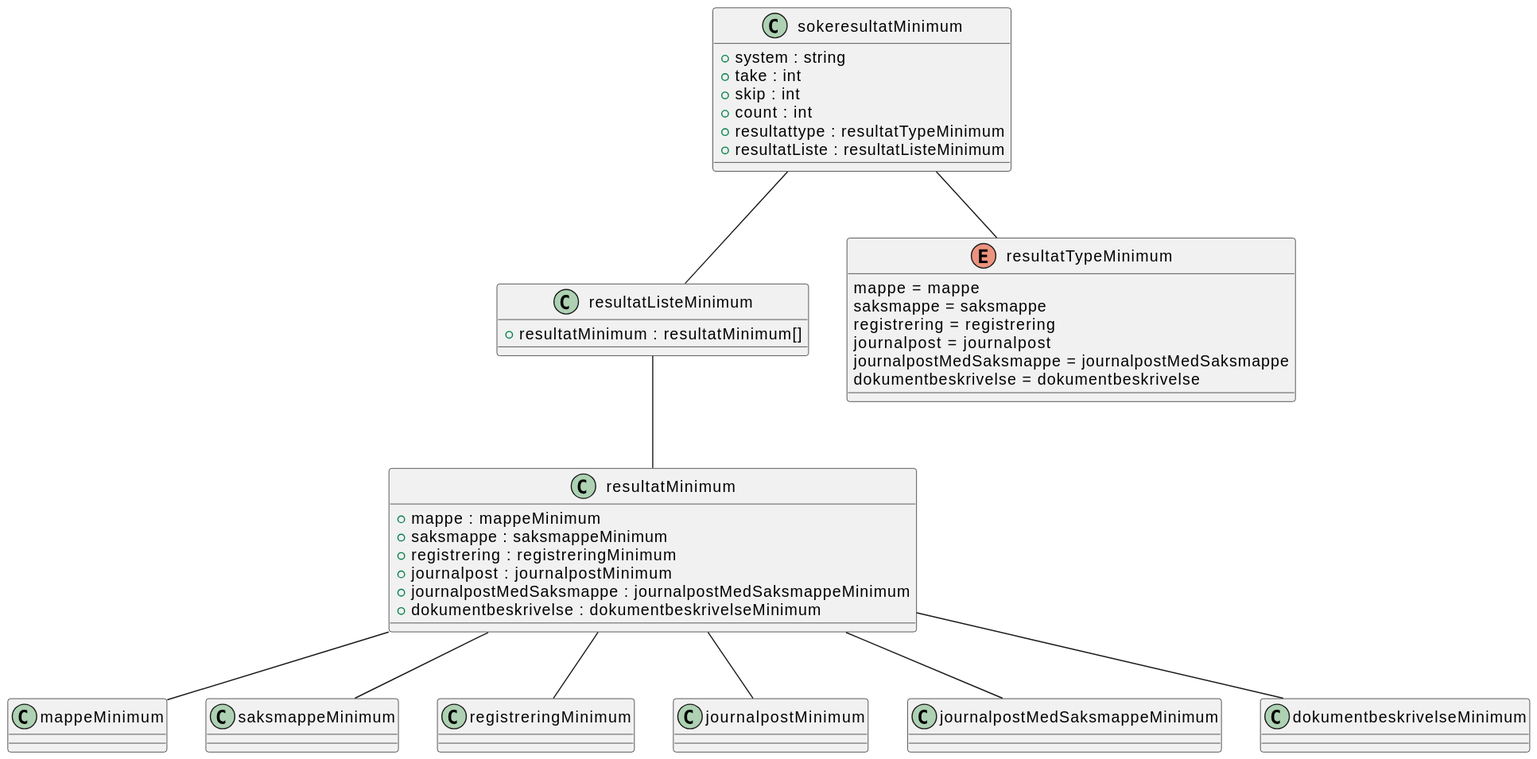
This is Dokumentasjon/V1/SchemaModels/no/ks/fiks/arkiv/v1/innsyn/sok/resultat/minimum-relations.svg from ks-no/fiks-arkiv-specification, a PlantUML export, as it was before one commit.
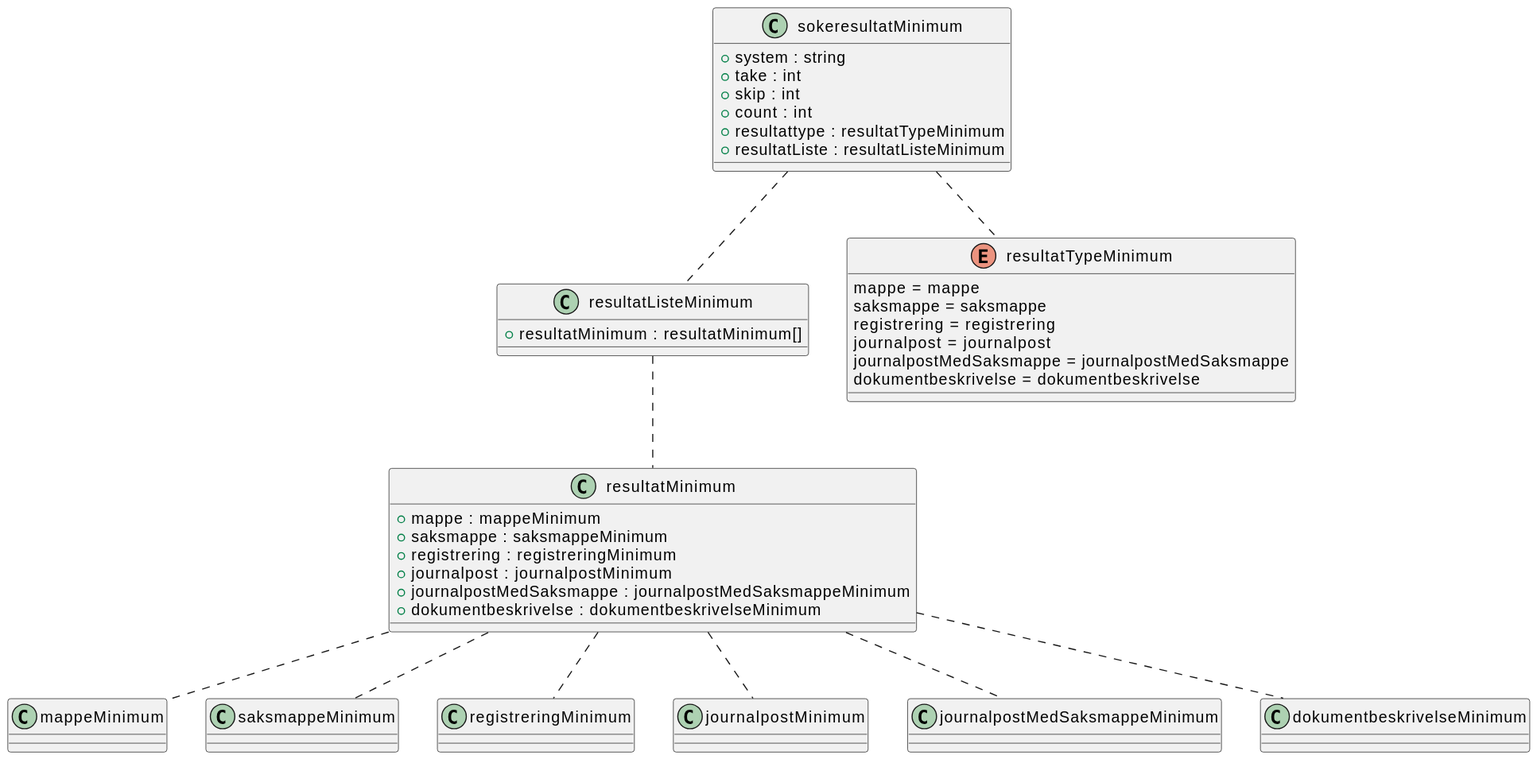
Above is the later version.

Diff of the diagram source:
```diff
@@ -1,39 +1,15 @@
 @startuml
-class resultatListeMinimum {
-    +resultatMinimum : resultatMinimum[]
-}
-resultatListeMinimum -- resultatMinimum
-class resultatMinimum {
-    +mappe : mappeMinimum
-    +saksmappe : saksmappeMinimum
-    +registrering : registreringMinimum
-    +journalpost : journalpostMinimum
-    +journalpostMedSaksmappe : journalpostMedSaksmappeMinimum
-    +dokumentbeskrivelse : dokumentbeskrivelseMinimum
-}
-resultatMinimum -- mappeMinimum
-resultatMinimum -- saksmappeMinimum
-resultatMinimum -- registreringMinimum
-resultatMinimum -- journalpostMinimum
-resultatMinimum -- journalpostMedSaksmappeMinimum
-resultatMinimum -- dokumentbeskrivelseMinimum
+!include minimum.pu
 
-enum resultatTypeMinimum {
-    mappe = mappe
-    saksmappe = saksmappe
-    registrering = registrering
-    journalpost = journalpost
-    journalpostMedSaksmappe = journalpostMedSaksmappe
-    dokumentbeskrivelse = dokumentbeskrivelse
-}
-class sokeresultatMinimum {
-    +system : string
-    +take : int
-    +skip : int
-    +count : int
-    +resultattype : resultatTypeMinimum
-    +resultatListe : resultatListeMinimum
-}
-sokeresultatMinimum -- resultatTypeMinimum
-sokeresultatMinimum -- resultatListeMinimum
+resultatListeMinimum .. resultatMinimum
+
+resultatMinimum .. mappeMinimum
+resultatMinimum .. saksmappeMinimum
+resultatMinimum .. registreringMinimum
+resultatMinimum .. journalpostMinimum
+resultatMinimum .. journalpostMedSaksmappeMinimum
+resultatMinimum .. dokumentbeskrivelseMinimum
+
+sokeresultatMinimum .. resultatTypeMinimum
+sokeresultatMinimum .. resultatListeMinimum
 @enduml
```
